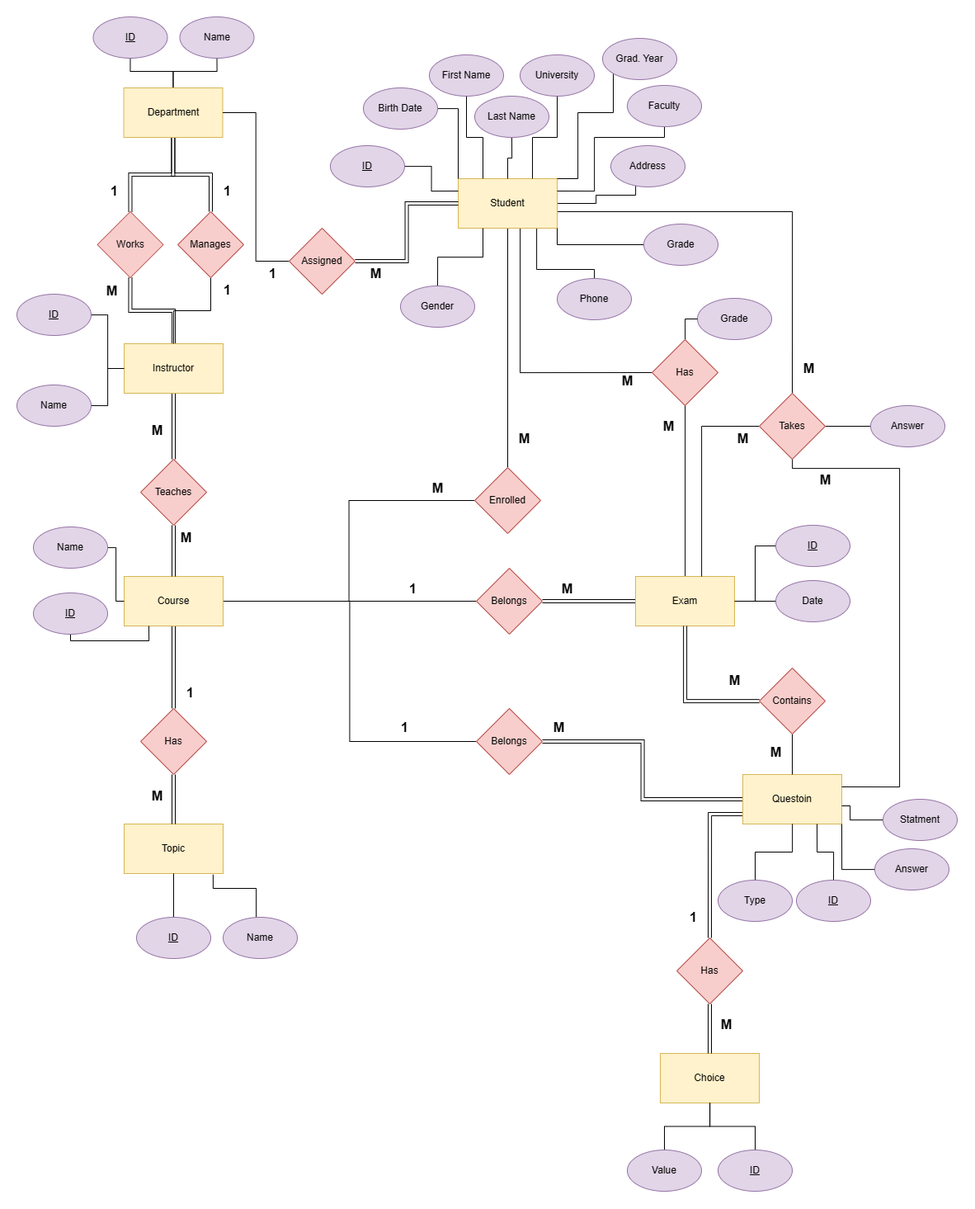
Earlier version of the draw.io export diagrams/ERD.png (anazhmetdin/ITI_Exams_DB). Source tidied: cells renumbered, new cells last; positions are measured from the earlier drawing's top-left corner, leaving out a move shared by most shapes.
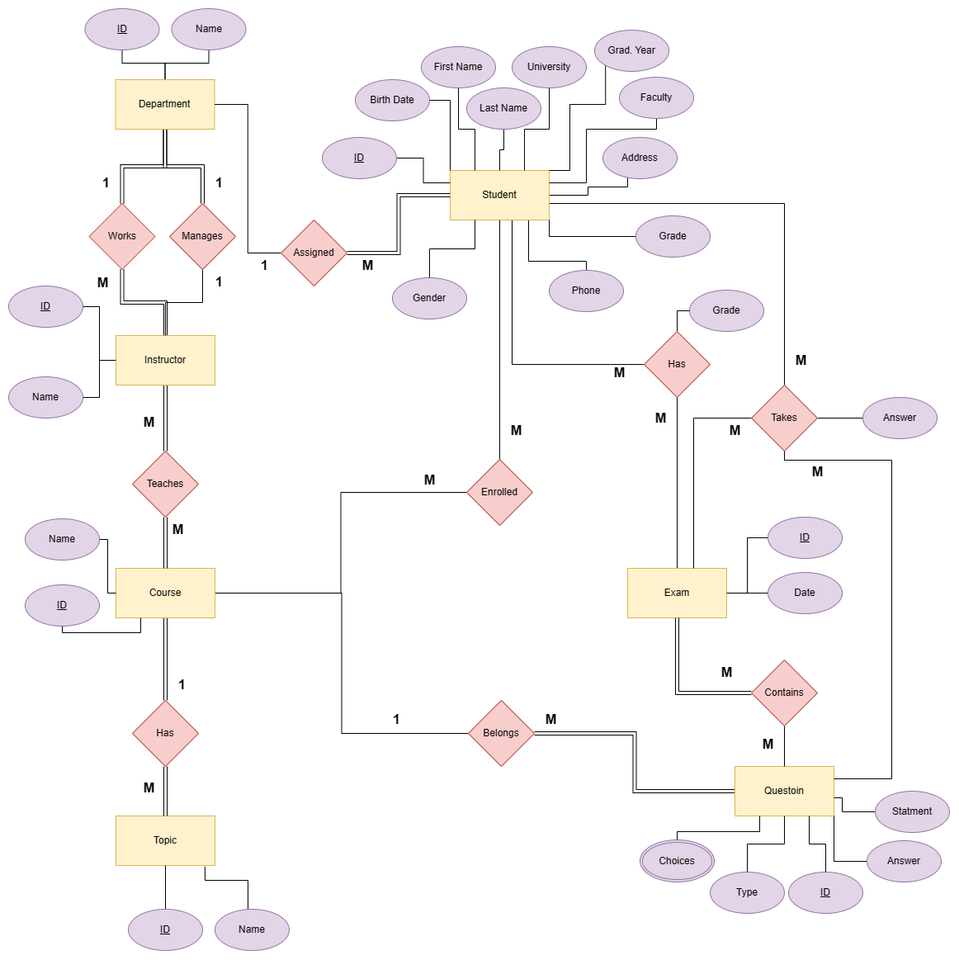
The same file after the commit.

The edit, as a diff of the source:
```diff
@@ -42,9 +42,6 @@
     <mxCell id="8" style="edgeStyle=orthogonalEdgeStyle;rounded=0;jettySize=auto;html=1;entryX=0;entryY=0.5;entryDx=0;entryDy=0;endArrow=none;endFill=0;" parent="1" edge="1" source="11" target="60">
       <mxGeometry relative="1" as="geometry" />
     </mxCell>
-    <mxCell id="9" style="edgeStyle=orthogonalEdgeStyle;shape=link;rounded=0;jettySize=auto;html=1;entryX=1;entryY=0.5;entryDx=0;entryDy=0;endArrow=none;endFill=0;" parent="1" edge="1" source="11" target="96">
-      <mxGeometry relative="1" as="geometry" />
-    </mxCell>
     <mxCell id="10" style="edgeStyle=orthogonalEdgeStyle;rounded=0;jettySize=auto;html=1;entryX=0.5;entryY=1;entryDx=0;entryDy=0;endArrow=none;endFill=0;" parent="1" edge="1" source="11" target="127">
       <mxGeometry relative="1" as="geometry">
         <Array as="points">
@@ -61,22 +58,12 @@
     <mxCell id="13" style="edgeStyle=orthogonalEdgeStyle;rounded=0;jettySize=auto;html=1;entryX=0;entryY=0.5;entryDx=0;entryDy=0;endArrow=none;endFill=0;" parent="1" edge="1" source="16" target="102">
       <mxGeometry relative="1" as="geometry" />
     </mxCell>
-    <mxCell id="14" style="edgeStyle=orthogonalEdgeStyle;rounded=0;jettySize=auto;html=1;entryX=0;entryY=0.5;entryDx=0;entryDy=0;endArrow=none;endFill=0;" parent="1" edge="1" source="16" target="96">
-      <mxGeometry relative="1" as="geometry" />
-    </mxCell>
     <mxCell id="15" style="edgeStyle=orthogonalEdgeStyle;rounded=0;jettySize=auto;html=1;entryX=0;entryY=0.5;entryDx=0;entryDy=0;endArrow=none;endFill=0;" parent="1" edge="1" source="16" target="97">
       <mxGeometry relative="1" as="geometry" />
     </mxCell>
     <mxCell id="16" value="Course" style="rounded=0;whiteSpace=wrap;html=1;fillColor=#fff2cc;strokeColor=#d6b656;" parent="1" vertex="1">
       <mxGeometry x="130" y="678" width="120" height="60" as="geometry" />
     </mxCell>
-    <mxCell id="17" style="edgeStyle=orthogonalEdgeStyle;rounded=0;jettySize=auto;html=1;entryX=0.5;entryY=0;entryDx=0;entryDy=0;endArrow=none;endFill=0;shape=link;" parent="1" edge="1" source="19" target="89">
-      <mxGeometry relative="1" as="geometry">
-        <Array as="points">
-          <mxPoint x="840" y="966" />
-        </Array>
-      </mxGeometry>
-    </mxCell>
     <mxCell id="18" style="edgeStyle=orthogonalEdgeStyle;rounded=0;jettySize=auto;html=1;entryX=1;entryY=0.5;entryDx=0;entryDy=0;endArrow=none;endFill=0;shape=link;" parent="1" edge="1" source="19" target="97">
       <mxGeometry relative="1" as="geometry" />
     </mxCell>
@@ -325,45 +312,9 @@
     <mxCell id="86" value="Type" style="ellipse;whiteSpace=wrap;html=1;fillColor=#e1d5e7;strokeColor=#9673a6;" parent="1" vertex="1">
       <mxGeometry x="850" y="1046" width="90" height="50" as="geometry" />
     </mxCell>
-    <mxCell id="87" value="Choice" style="rounded=0;whiteSpace=wrap;html=1;fillColor=#fff2cc;strokeColor=#d6b656;" parent="1" vertex="1">
-      <mxGeometry x="780" y="1256" width="120" height="60" as="geometry" />
-    </mxCell>
-    <mxCell id="88" style="edgeStyle=orthogonalEdgeStyle;rounded=0;jettySize=auto;html=1;endArrow=none;endFill=0;shape=link;" parent="1" edge="1" source="89" target="87">
-      <mxGeometry relative="1" as="geometry" />
-    </mxCell>
-    <mxCell id="89" value="Has" style="rhombus;whiteSpace=wrap;html=1;fillColor=#f8cecc;strokeColor=#b85450;" parent="1" vertex="1">
-      <mxGeometry x="800" y="1116" width="80" height="80" as="geometry" />
-    </mxCell>
-    <mxCell id="90" style="edgeStyle=orthogonalEdgeStyle;rounded=0;jettySize=auto;html=1;endArrow=none;endFill=0;" parent="1" edge="1" source="91" target="87">
-      <mxGeometry relative="1" as="geometry" />
-    </mxCell>
-    <mxCell id="91" value="&lt;u&gt;ID&lt;span style=&quot;color: rgba(0, 0, 0, 0); font-family: monospace; font-size: 0px; text-align: start;&quot;&gt;%3CmxGraphModel%3E%3Croot%3E%3CmxCell%20id%3D%220%22%2F%3E%3CmxCell%20id%3D%221%22%20parent%3D%220%22%2F%3E%3CmxCell%20id%3D%222%22%20value%3D%22Type%22%20style%3D%22ellipse%3BwhiteSpace%3Dwrap%3Bhtml%3D1%3BfillColor%3D%23e1d5e7%3BstrokeColor%3D%239673a6%3B%22%20vertex%3D%221%22%20parent%3D%221%22%3E%3CmxGeometry%20x%3D%22860%22%20y%3D%22500%22%20width%3D%2290%22%20height%3D%2250%22%20as%3D%22geometry%22%2F%3E%3C%2FmxCell%3E%3C%2Froot%3E%3C%2FmxGraphModel%3E&lt;/span&gt;&lt;/u&gt;" style="ellipse;whiteSpace=wrap;html=1;fillColor=#e1d5e7;strokeColor=#9673a6;" parent="1" vertex="1">
-      <mxGeometry x="850" y="1373" width="90" height="50" as="geometry" />
-    </mxCell>
-    <mxCell id="92" style="edgeStyle=orthogonalEdgeStyle;rounded=0;jettySize=auto;html=1;endArrow=none;endFill=0;" parent="1" edge="1" source="93" target="87">
-      <mxGeometry relative="1" as="geometry" />
-    </mxCell>
-    <mxCell id="93" value="Value" style="ellipse;whiteSpace=wrap;html=1;fillColor=#e1d5e7;strokeColor=#9673a6;" parent="1" vertex="1">
-      <mxGeometry x="740" y="1373" width="90" height="50" as="geometry" />
-    </mxCell>
-    <mxCell id="94" value="&lt;span style=&quot;font-size: 16px;&quot;&gt;&lt;b&gt;M&lt;/b&gt;&lt;/span&gt;" style="text;html=1;align=center;verticalAlign=middle;strokeColor=none;fillColor=none;" parent="1" vertex="1">
-      <mxGeometry x="840" y="1206" width="40" height="30" as="geometry" />
-    </mxCell>
-    <mxCell id="95" value="&lt;b&gt;&lt;font style=&quot;font-size: 16px;&quot;&gt;1&lt;/font&gt;&lt;/b&gt;" style="text;html=1;align=center;verticalAlign=middle;strokeColor=none;fillColor=none;" parent="1" vertex="1">
-      <mxGeometry x="805" y="1076" width="30" height="30" as="geometry" />
-    </mxCell>
-    <mxCell id="96" value="Belongs" style="rhombus;whiteSpace=wrap;html=1;fillColor=#f8cecc;strokeColor=#b85450;" parent="1" vertex="1">
-      <mxGeometry x="557" y="668" width="80" height="80" as="geometry" />
-    </mxCell>
     <mxCell id="97" value="Belongs" style="rhombus;whiteSpace=wrap;html=1;fillColor=#f8cecc;strokeColor=#b85450;" parent="1" vertex="1">
       <mxGeometry x="557" y="838" width="80" height="80" as="geometry" />
     </mxCell>
-    <mxCell id="98" value="&lt;span style=&quot;font-size: 16px;&quot;&gt;&lt;b&gt;1&lt;/b&gt;&lt;/span&gt;" style="text;html=1;align=center;verticalAlign=middle;strokeColor=none;fillColor=none;" parent="1" vertex="1">
-      <mxGeometry x="465" y="678" width="30" height="30" as="geometry" />
-    </mxCell>
-    <mxCell id="99" value="&lt;span style=&quot;font-size: 16px;&quot;&gt;&lt;b&gt;M&lt;/b&gt;&lt;/span&gt;" style="text;html=1;align=center;verticalAlign=middle;strokeColor=none;fillColor=none;" parent="1" vertex="1">
-      <mxGeometry x="647" y="678" width="40" height="30" as="geometry" />
-    </mxCell>
     <mxCell id="100" value="&lt;span style=&quot;font-size: 16px;&quot;&gt;&lt;b&gt;1&lt;/b&gt;&lt;/span&gt;" style="text;html=1;align=center;verticalAlign=middle;strokeColor=none;fillColor=none;" parent="1" vertex="1">
       <mxGeometry x="455" y="846" width="30" height="30" as="geometry" />
     </mxCell>
@@ -458,5 +409,16 @@
     <mxCell id="129" value="&lt;b&gt;&lt;font style=&quot;font-size: 16px;&quot;&gt;M&lt;/font&gt;&lt;/b&gt;" style="text;html=1;align=center;verticalAlign=middle;strokeColor=none;fillColor=none;" parent="1" vertex="1">
       <mxGeometry x="720" y="426" width="40" height="30" as="geometry" />
     </mxCell>
+    <mxCell id="130" style="edgeStyle=orthogonalEdgeStyle;rounded=0;jettySize=auto;html=1;entryX=0.25;entryY=1;entryDx=0;entryDy=0;endArrow=none;endFill=0;" parent="1" edge="1" source="131" target="19">
+      <mxGeometry relative="1" as="geometry">
+        <Array as="points">
+          <mxPoint x="810" y="997" />
+          <mxPoint x="910" y="997" />
+        </Array>
+      </mxGeometry>
+    </mxCell>
+    <mxCell id="131" value="Choices" style="ellipse;shape=doubleEllipse;margin=3;whiteSpace=wrap;html=1;align=center;fillColor=#e1d5e7;strokeColor=#9673a6;" parent="1" vertex="1">
+      <mxGeometry x="765" y="1007" width="90" height="51" as="geometry" />
+    </mxCell>
   </root>
 </mxGraphModel>
```
